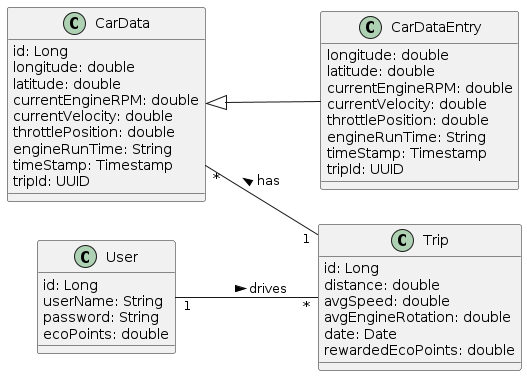
Before: images/cld.png, a diagram exported from PlantUML (2324-4bhif-syp/2324-4bhif-syp-project-ecopoints).
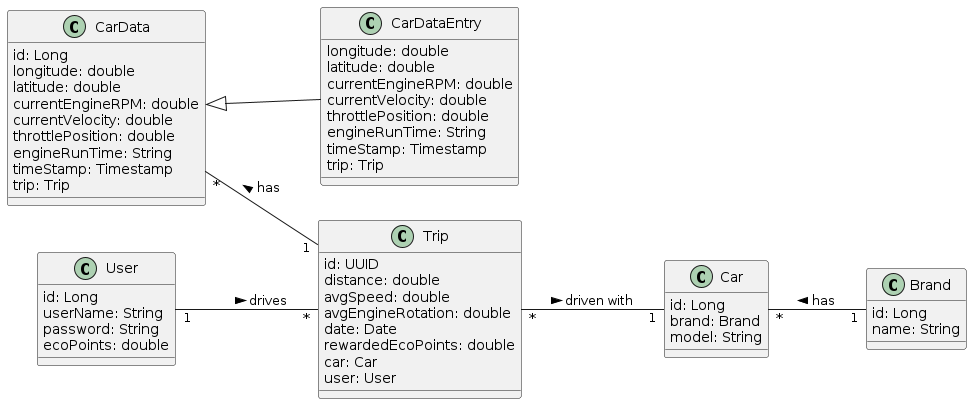
Later version of the same file.

What changed in the source:
```diff
@@ -9,12 +9,25 @@
 }
 
 class Trip {
-    id: Long
+    id: UUID
     distance: double
     avgSpeed: double
     avgEngineRotation: double
     date: Date
     rewardedEcoPoints: double
+    car: Car
+    user: User
+}
+
+class Brand {
+    id: Long
+    name: String
+}
+
+class Car {
+    id: Long
+    brand: Brand
+    model: String
 }
 
 class CarData {
@@ -26,7 +39,7 @@
     throttlePosition: double
     engineRunTime: String
     timeStamp: Timestamp
-    tripId: UUID
+    trip: Trip
 }
 
 class CarDataEntry {
@@ -37,11 +50,13 @@
     throttlePosition: double
     engineRunTime: String
     timeStamp: Timestamp
-    tripId: UUID
+    trip: Trip
 }
 
 
 User "1" -- "*" Trip : > drives
 CarData "*" -- "1"  Trip : < has
 CarDataEntry -u-|> CarData
+Trip "*" -- "1" Car : > driven with
+Car "*" -- "1" Brand : < has
 @enduml
```
